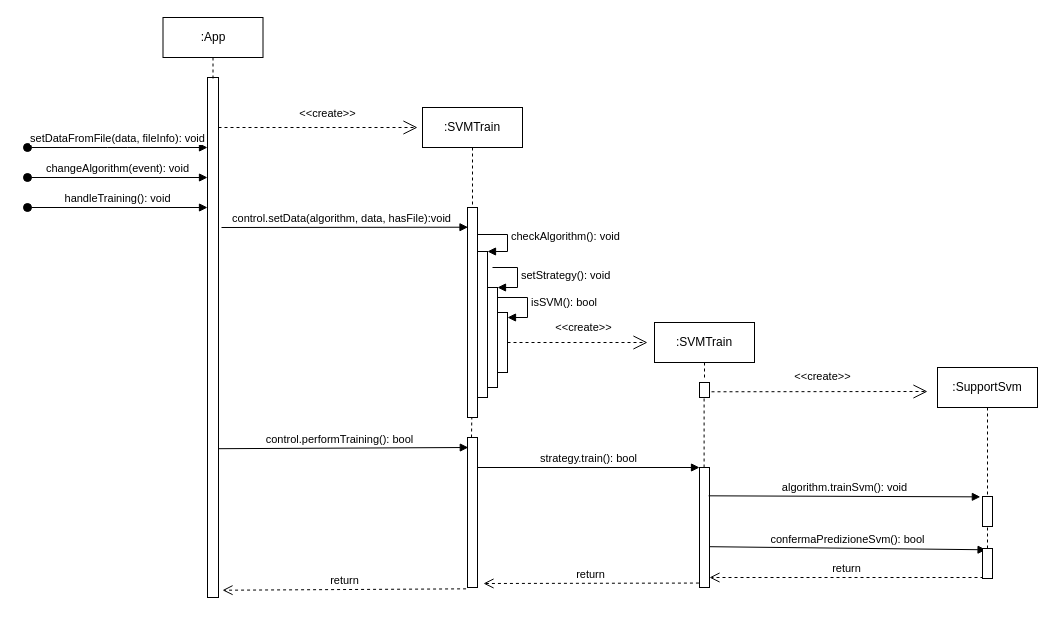
Earlier version of the draw.io diagram Diagrams/Sequence_diagrams/trainSVM.drawio (teamafkSWE/PredireInGrafana-docs). Source tidied: cells renumbered, new cells numbered last; positions are measured from the earlier drawing's top-left corner, leaving out a move shared by most shapes. Both pictures are drawn from the tidied source at 100%, with x=0, y=0 at pixel (27, 17).
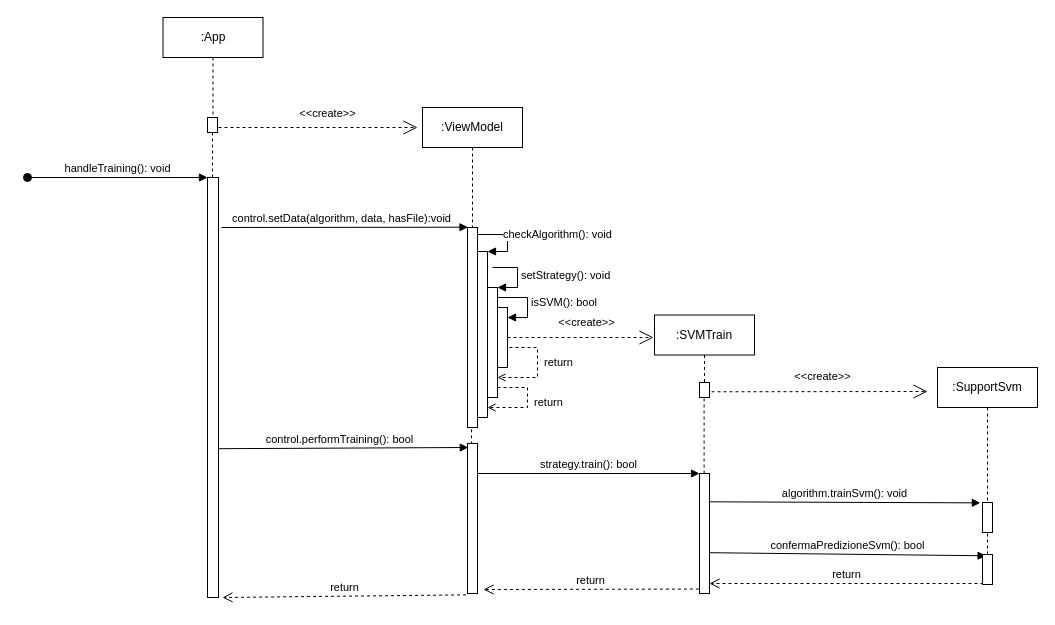
After the change.

Commit message (it also covers changes not shown here):
svm train diagramma

svm train diagramma

Unchanged cells that the change refers to:
```xml
<mxCell id="17" value=":SupportSvm" style="shape=umlLifeline;perimeter=lifelinePerimeter;whiteSpace=wrap;html=1;" parent="1" vertex="1">
  <mxGeometry x="910" y="350" width="100" height="190" as="geometry" />
</mxCell>
```

What changed in the source:
```diff
@@
-    <mxCell id="2" style="html=1;points=[];perimeter=orthogonalPerimeter;" parent="1" vertex="1">
-      <mxGeometry x="180" y="60" width="11" height="520" as="geometry" />
-    </mxCell>
-    <mxCell id="3" value="setDataFromFile(data, fileInfo): void" style="html=1;verticalAlign=bottom;startArrow=oval;endArrow=block;startSize=8;" parent="1" edge="1">
-      <mxGeometry relative="1" as="geometry">
-        <mxPoint y="130" as="sourcePoint" />
-        <mxPoint x="180" y="130" as="targetPoint" />
-        <Array as="points">
-          <mxPoint x="90" y="130" />
-        </Array>
-      </mxGeometry>
-    </mxCell>
-    <mxCell id="4" style="html=1;points=[];perimeter=orthogonalPerimeter;" parent="1" vertex="1">
-      <mxGeometry x="440" y="190" width="10" height="210" as="geometry" />
-    </mxCell>
+    <mxCell id="35" style="html=1;points=[];perimeter=orthogonalPerimeter;" parent="1" vertex="1">
+      <mxGeometry x="180" y="160" width="11" height="420" as="geometry" />
+    </mxCell>
+    <mxCell id="36" style="html=1;points=[];perimeter=orthogonalPerimeter;" parent="1" vertex="1">
+      <mxGeometry x="440" y="210" width="10" height="200" as="geometry" />
+    </mxCell>
@@
     <mxCell id="6" value=":App" style="shape=umlLifeline;perimeter=lifelinePerimeter;whiteSpace=wrap;html=1;" parent="1" vertex="1">
-      <mxGeometry x="135.5" width="100" height="61" as="geometry" />
+      <mxGeometry x="135.5" width="100" height="100" as="geometry" />
     </mxCell>
     <mxCell id="7" value="handleTraining(): void" style="html=1;verticalAlign=bottom;startArrow=oval;endArrow=block;startSize=8;" parent="1" edge="1">
       <mxGeometry relative="1" as="geometry">
-        <mxPoint y="190" as="sourcePoint" />
-        <mxPoint x="180" y="190" as="targetPoint" />
+        <mxPoint y="160" as="sourcePoint" />
+        <mxPoint x="180" y="160" as="targetPoint" />
       </mxGeometry>
     </mxCell>
-    <mxCell id="8" value="&lt;div&gt;changeAlgorithm(event): void&lt;/div&gt;" style="html=1;verticalAlign=bottom;startArrow=oval;endArrow=block;startSize=8;" parent="1" edge="1">
-      <mxGeometry relative="1" as="geometry">
-        <mxPoint y="160" as="sourcePoint" />
-        <mxPoint x="180" y="160" as="targetPoint" />
-      </mxGeometry>
-    </mxCell>
-    <mxCell id="9" style="html=1;points=[];perimeter=orthogonalPerimeter;" parent="1" vertex="1">
-      <mxGeometry x="450" y="234" width="10" height="146" as="geometry" />
-    </mxCell>
+    <mxCell id="37" style="html=1;points=[];perimeter=orthogonalPerimeter;" parent="1" vertex="1">
+      <mxGeometry x="450" y="234" width="10" height="166" as="geometry" />
+    </mxCell>
-    <mxCell id="10" value="checkAlgorithm(): void" style="edgeStyle=orthogonalEdgeStyle;html=1;align=left;spacingLeft=2;endArrow=block;rounded=0;entryX=1;entryY=0;exitX=1;exitY=0.143;exitDx=0;exitDy=0;exitPerimeter=0;" parent="1" edge="1" source="4" target="9">
+    <mxCell id="10" value="checkAlgorithm(): void" style="edgeStyle=orthogonalEdgeStyle;html=1;align=left;spacingLeft=2;endArrow=block;rounded=0;entryX=1;entryY=0;exitX=1;exitY=0.143;exitDx=0;exitDy=0;exitPerimeter=0;" parent="1" edge="1" source="36" target="37">
       <mxGeometry relative="1" as="geometry">
         <Array as="points">
           <mxPoint x="480" y="217" />
           <mxPoint x="480" y="234" />
         </Array>
       </mxGeometry>
     </mxCell>
-    <mxCell id="11" style="html=1;points=[];perimeter=orthogonalPerimeter;" parent="1" vertex="1">
-      <mxGeometry x="460" y="270" width="10" height="100" as="geometry" />
-    </mxCell>
+    <mxCell id="38" style="html=1;points=[];perimeter=orthogonalPerimeter;" parent="1" vertex="1">
+      <mxGeometry x="460" y="270" width="10" height="110" as="geometry" />
+    </mxCell>
-    <mxCell id="12" value="setStrategy(): void" style="edgeStyle=orthogonalEdgeStyle;html=1;align=left;spacingLeft=2;endArrow=block;rounded=0;entryX=1;entryY=0;" parent="1" edge="1" target="11">
+    <mxCell id="12" value="setStrategy(): void" style="edgeStyle=orthogonalEdgeStyle;html=1;align=left;spacingLeft=2;endArrow=block;rounded=0;entryX=1;entryY=0;" parent="1" edge="1" target="38">
       <mxGeometry relative="1" as="geometry">
         <mxPoint x="465" y="250" as="sourcePoint" />
         <Array as="points">
           <mxPoint x="490" y="250" />
           <mxPoint x="490" y="270" />
           <mxPoint x="470" y="270" />
         </Array>
       </mxGeometry>
     </mxCell>
-    <mxCell id="13" value="isSVM(): bool" style="edgeStyle=orthogonalEdgeStyle;html=1;align=left;spacingLeft=2;endArrow=block;rounded=0;" parent="1" edge="1" source="11">
+    <mxCell id="13" value="isSVM(): bool" style="edgeStyle=orthogonalEdgeStyle;html=1;align=left;spacingLeft=2;endArrow=block;rounded=0;" parent="1" edge="1" source="38">
       <mxGeometry relative="1" as="geometry">
         <mxPoint x="480" y="300" as="targetPoint" />
         <Array as="points">
           <mxPoint x="500" y="280" />
           <mxPoint x="500" y="300" />
         </Array>
       </mxGeometry>
     </mxCell>
-    <mxCell id="14" value=":SVMTrain" style="shape=umlLifeline;perimeter=lifelinePerimeter;whiteSpace=wrap;html=1;" parent="1" vertex="1">
-      <mxGeometry x="627" y="305" width="100" height="55" as="geometry" />
-    </mxCell>
-    <mxCell id="15" style="html=1;points=[];perimeter=orthogonalPerimeter;" parent="1" vertex="1">
-      <mxGeometry x="672" y="450" width="10" height="120" as="geometry" />
-    </mxCell>
+    <mxCell id="39" value=":SVMTrain" style="shape=umlLifeline;perimeter=lifelinePerimeter;whiteSpace=wrap;html=1;" parent="1" vertex="1">
+      <mxGeometry x="627" y="297.5" width="100" height="72.5" as="geometry" />
+    </mxCell>
+    <mxCell id="40" style="html=1;points=[];perimeter=orthogonalPerimeter;" parent="1" vertex="1">
+      <mxGeometry x="672" y="456" width="10" height="120" as="geometry" />
+    </mxCell>
-    <mxCell id="16" value="&amp;lt;&amp;lt;create&amp;gt;&amp;gt;" style="endArrow=open;endSize=12;dashed=1;html=1;exitX=1;exitY=0.5;exitDx=0;exitDy=0;exitPerimeter=0;" parent="1" edge="1" source="28">
+    <mxCell id="16" value="&amp;lt;&amp;lt;create&amp;gt;&amp;gt;" style="endArrow=open;endSize=12;dashed=1;html=1;exitX=1;exitY=0.5;exitDx=0;exitDy=0;exitPerimeter=0;" parent="1" edge="1" source="43">
       <mxGeometry x="0.08" y="15" relative="1" as="geometry">
-        <mxPoint x="620" y="325" as="targetPoint" />
+        <mxPoint x="626" y="320" as="targetPoint" />
       </mxGeometry>
     </mxCell>
@@
-    <mxCell id="18" style="html=1;points=[];perimeter=orthogonalPerimeter;" parent="17" vertex="1">
-      <mxGeometry x="45" y="129" width="10" height="30" as="geometry" />
-    </mxCell>
+    <mxCell id="41" style="html=1;points=[];perimeter=orthogonalPerimeter;" parent="17" vertex="1">
+      <mxGeometry x="45" y="135" width="10" height="30" as="geometry" />
+    </mxCell>
-    <mxCell id="19" value="return" style="html=1;verticalAlign=bottom;endArrow=open;dashed=1;endSize=8;" parent="1" edge="1" target="15">
+    <mxCell id="19" value="return" style="html=1;verticalAlign=bottom;endArrow=open;dashed=1;endSize=8;" parent="1" edge="1" target="40">
       <mxGeometry relative="1" as="geometry">
-        <mxPoint x="956" y="560" as="sourcePoint" />
+        <mxPoint x="956" y="566" as="sourcePoint" />
       </mxGeometry>
     </mxCell>
-    <mxCell id="20" value="return" style="html=1;verticalAlign=bottom;endArrow=open;dashed=1;endSize=8;exitX=-0.057;exitY=0.963;exitDx=0;exitDy=0;exitPerimeter=0;" parent="1" edge="1" source="15">
+    <mxCell id="20" value="return" style="html=1;verticalAlign=bottom;endArrow=open;dashed=1;endSize=8;exitX=-0.057;exitY=0.963;exitDx=0;exitDy=0;exitPerimeter=0;" parent="1" edge="1" source="40">
       <mxGeometry relative="1" as="geometry">
-        <mxPoint x="456" y="566" as="targetPoint" />
+        <mxPoint x="456" y="572" as="targetPoint" />
       </mxGeometry>
     </mxCell>
-    <mxCell id="21" value="return" style="html=1;verticalAlign=bottom;endArrow=open;dashed=1;endSize=8;entryX=1.364;entryY=0.986;entryDx=0;entryDy=0;entryPerimeter=0;exitX=-0.143;exitY=1.009;exitDx=0;exitDy=0;exitPerimeter=0;" parent="1" edge="1" source="31" target="2">
-      <mxGeometry relative="1" as="geometry" />
-    </mxCell>
+    <mxCell id="42" value="return" style="html=1;verticalAlign=bottom;endArrow=open;dashed=1;endSize=8;exitX=-0.143;exitY=1.009;exitDx=0;exitDy=0;exitPerimeter=0;" parent="1" edge="1" source="46">
+      <mxGeometry relative="1" as="geometry">
+        <mxPoint x="195" y="580" as="targetPoint" />
+      </mxGeometry>
+    </mxCell>
-    <mxCell id="22" value="algorithm.trainSvm(): void" style="html=1;verticalAlign=bottom;endArrow=block;entryX=-0.214;entryY=0.012;entryDx=0;entryDy=0;entryPerimeter=0;exitX=0.917;exitY=0.236;exitDx=0;exitDy=0;exitPerimeter=0;" parent="1" edge="1" source="15" target="18">
+    <mxCell id="22" value="algorithm.trainSvm(): void" style="html=1;verticalAlign=bottom;endArrow=block;entryX=-0.214;entryY=0.012;entryDx=0;entryDy=0;entryPerimeter=0;exitX=0.917;exitY=0.236;exitDx=0;exitDy=0;exitPerimeter=0;" parent="1" edge="1" source="40" target="41">
       <mxGeometry relative="1" as="geometry" />
     </mxCell>
-    <mxCell id="23" value="confermaPredizioneSvm(): bool" style="html=1;verticalAlign=bottom;endArrow=block;entryX=0.357;entryY=0.043;entryDx=0;entryDy=0;entryPerimeter=0;exitX=1;exitY=0.66;exitDx=0;exitDy=0;exitPerimeter=0;" parent="1" edge="1" source="15" target="33">
+    <mxCell id="23" value="confermaPredizioneSvm(): bool" style="html=1;verticalAlign=bottom;endArrow=block;entryX=0.357;entryY=0.043;entryDx=0;entryDy=0;entryPerimeter=0;exitX=1;exitY=0.66;exitDx=0;exitDy=0;exitPerimeter=0;" parent="1" edge="1" source="40" target="48">
       <mxGeometry relative="1" as="geometry" />
     </mxCell>
@@
-    <mxCell id="27" value="strategy.train(): bool" style="html=1;verticalAlign=bottom;endArrow=block;" parent="1" edge="1" target="15">
+    <mxCell id="27" value="strategy.train(): bool" style="html=1;verticalAlign=bottom;endArrow=block;" parent="1" edge="1" target="40">
       <mxGeometry relative="1" as="geometry">
-        <mxPoint x="450" y="450" as="sourcePoint" />
+        <mxPoint x="450" y="456" as="sourcePoint" />
       </mxGeometry>
     </mxCell>
-    <mxCell id="28" style="html=1;points=[];perimeter=orthogonalPerimeter;" parent="1" vertex="1">
-      <mxGeometry x="470" y="295" width="10" height="60" as="geometry" />
-    </mxCell>
-    <mxCell id="29" value=":SVMTrain" style="shape=umlLifeline;perimeter=lifelinePerimeter;whiteSpace=wrap;html=1;" parent="1" vertex="1">
-      <mxGeometry x="395" y="90" width="100" height="100" as="geometry" />
-    </mxCell>
-    <mxCell id="30" style="endArrow=none;dashed=1;html=1;" parent="1" edge="1">
-      <mxGeometry relative="1" as="geometry">
-        <mxPoint x="444" y="420" as="sourcePoint" />
-        <mxPoint x="444.3" y="400" as="targetPoint" />
-      </mxGeometry>
-    </mxCell>
-    <mxCell id="31" style="html=1;points=[];perimeter=orthogonalPerimeter;" parent="1" vertex="1">
-      <mxGeometry x="440" y="420" width="10" height="150" as="geometry" />
-    </mxCell>
-    <mxCell id="32" style="html=1;perimeter=orthogonalPerimeter;" parent="1" vertex="1">
-      <mxGeometry x="672" y="365" width="10" height="15" as="geometry" />
-    </mxCell>
-    <mxCell id="33" style="html=1;points=[];perimeter=orthogonalPerimeter;" parent="1" vertex="1">
-      <mxGeometry x="955" y="531" width="10" height="30" as="geometry" />
-    </mxCell>
-    <mxCell id="34" style="endArrow=none;dashed=1;html=1;" parent="1" edge="1" source="15">
-      <mxGeometry relative="1" as="geometry">
-        <mxPoint x="676.6" y="380" as="targetPoint" />
-      </mxGeometry>
-    </mxCell>
+    <mxCell id="43" style="html=1;points=[];perimeter=orthogonalPerimeter;" parent="1" vertex="1">
+      <mxGeometry x="470" y="290" width="10" height="60" as="geometry" />
+    </mxCell>
+    <mxCell id="44" value=":ViewModel" style="shape=umlLifeline;perimeter=lifelinePerimeter;whiteSpace=wrap;html=1;" parent="1" vertex="1">
+      <mxGeometry x="395" y="90" width="100" height="120" as="geometry" />
+    </mxCell>
+    <mxCell id="45" style="endArrow=none;dashed=1;html=1;exitX=0.41;exitY=0.006;exitDx=0;exitDy=0;exitPerimeter=0;" parent="1" edge="1" source="46">
+      <mxGeometry relative="1" as="geometry">
+        <mxPoint x="444" y="410" as="targetPoint" />
+      </mxGeometry>
+    </mxCell>
+    <mxCell id="46" style="html=1;points=[];perimeter=orthogonalPerimeter;" parent="1" vertex="1">
+      <mxGeometry x="440" y="426" width="10" height="150" as="geometry" />
+    </mxCell>
+    <mxCell id="47" style="html=1;perimeter=orthogonalPerimeter;" parent="1" vertex="1">
+      <mxGeometry x="672" y="365" width="10" height="15" as="geometry" />
+    </mxCell>
+    <mxCell id="48" style="html=1;points=[];perimeter=orthogonalPerimeter;" parent="1" vertex="1">
+      <mxGeometry x="955" y="537" width="10" height="30" as="geometry" />
+    </mxCell>
+    <mxCell id="49" style="endArrow=none;dashed=1;html=1;" parent="1" edge="1" source="40">
+      <mxGeometry relative="1" as="geometry">
+        <mxPoint x="676.6" y="380" as="targetPoint" />
+      </mxGeometry>
+    </mxCell>
+    <mxCell id="50" value="&amp;nbsp;return" style="edgeStyle=orthogonalEdgeStyle;html=1;align=left;spacingLeft=2;endArrow=open;rounded=0;dashed=1;endFill=0;" parent="1" edge="1" target="38">
+      <mxGeometry relative="1" as="geometry">
+        <mxPoint x="480" y="340" as="sourcePoint" />
+        <Array as="points">
+          <mxPoint x="480" y="330" />
+          <mxPoint x="510" y="330" />
+          <mxPoint x="510" y="360" />
+        </Array>
+      </mxGeometry>
+    </mxCell>
+    <mxCell id="51" value="&amp;nbsp;return" style="edgeStyle=orthogonalEdgeStyle;html=1;align=left;spacingLeft=2;endArrow=open;rounded=0;dashed=1;endFill=0;" parent="1" edge="1">
+      <mxGeometry relative="1" as="geometry">
+        <mxPoint x="470" y="370" as="sourcePoint" />
+        <mxPoint x="460" y="390" as="targetPoint" />
+        <Array as="points">
+          <mxPoint x="500" y="370" />
+          <mxPoint x="500" y="390" />
+          <mxPoint x="460" y="390" />
+        </Array>
+      </mxGeometry>
+    </mxCell>
+    <mxCell id="52" style="html=1;points=[];perimeter=orthogonalPerimeter;" parent="1" vertex="1">
+      <mxGeometry x="180" y="100" width="10" height="15" as="geometry" />
+    </mxCell>
+    <mxCell id="53" style="endArrow=none;dashed=1;html=1;entryX=0.498;entryY=0.989;entryDx=0;entryDy=0;entryPerimeter=0;" parent="1" edge="1" source="35" target="52">
+      <mxGeometry relative="1" as="geometry" />
+    </mxCell>
```
